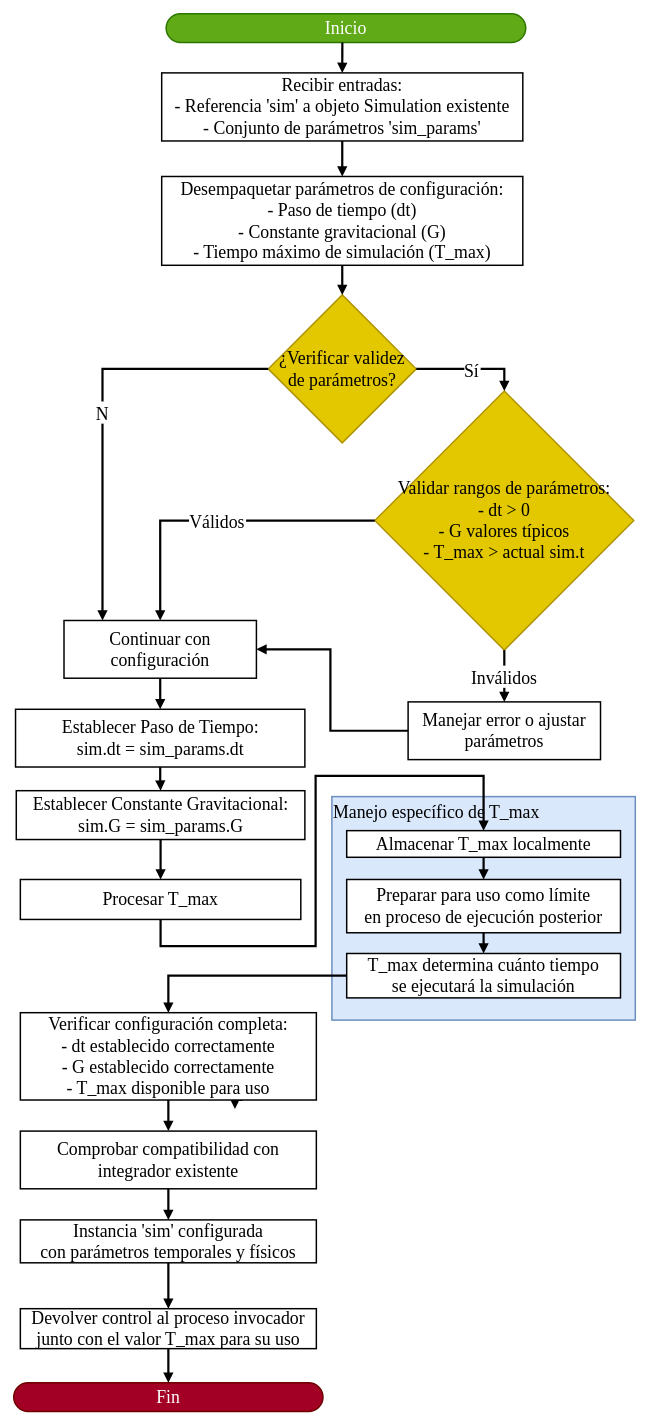
CARBAJE/Presentacion keeps this draw.io diagram as page "Proceso06" (6 of 16) of img/Analisis/DiagramaProcesos/DiagramaProceso01_Captura Parámetros.drawio. Above is the earlier version. Source tidied: cells renumbered, new cells numbered last; positions are measured from the earlier drawing's top-left corner, leaving out a move shared by most shapes. Both pictures are drawn from the tidied source at 74%, with x=0, y=0 at pixel (13, 13).
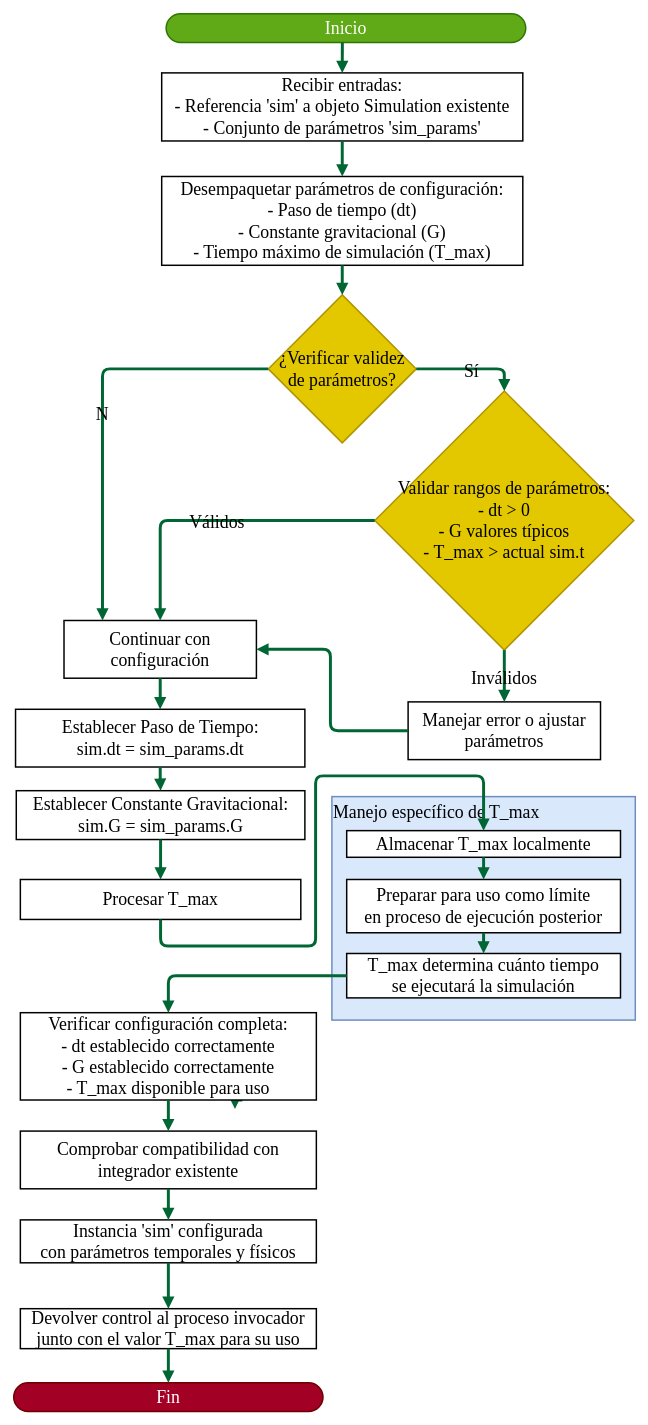
Above is the later version.

Unchanged cells that the change refers to:
```xml
<mxCell id="3" value="Preparar para uso como límite&#10;        en proceso de ejecución posterior" style="whiteSpace=wrap;strokeWidth=2;fontSize=24;fontFamily=Times New Roman;" parent="1" vertex="1">
  <mxGeometry x="450" y="1170" width="370" height="72" as="geometry" />
</mxCell>
<mxCell id="4" value="Almacenar T_max localmente" style="whiteSpace=wrap;strokeWidth=2;fontSize=24;fontFamily=Times New Roman;" parent="1" vertex="1">
  <mxGeometry x="450" y="1104" width="370" height="36" as="geometry" />
</mxCell>
<mxCell id="5" value="T_max determina cuánto tiempo&#10;        se ejecutará la simulación" style="whiteSpace=wrap;strokeWidth=2;fontSize=24;fontFamily=Times New Roman;" parent="1" vertex="1">
  <mxGeometry x="450" y="1270" width="370" height="60" as="geometry" />
</mxCell>
<mxCell id="6" value="Inicio" style="rounded=1;whiteSpace=wrap;arcSize=50;strokeWidth=2;fontSize=24;fontFamily=Times New Roman;fillColor=#60a917;strokeColor=#2D7600;fontColor=#ffffff;" parent="1" vertex="1">
  <mxGeometry x="206" width="486" height="39" as="geometry" />
</mxCell>
<mxCell id="7" value="Recibir entradas:&#10;    - Referencia 'sim' a objeto Simulation existente&#10;    - Conjunto de parámetros 'sim_params'" style="whiteSpace=wrap;strokeWidth=2;fontSize=24;fontFamily=Times New Roman;" parent="1" vertex="1">
  <mxGeometry x="200" y="80" width="488" height="92" as="geometry" />
</mxCell>
<mxCell id="8" value="Desempaquetar parámetros de configuración:&#10;    - Paso de tiempo (dt)&#10;    - Constante gravitacional (G)&#10;    - Tiempo máximo de simulación (T_max)" style="whiteSpace=wrap;strokeWidth=2;fontSize=24;fontFamily=Times New Roman;" parent="1" vertex="1">
  <mxGeometry x="200" y="220" width="488" height="120" as="geometry" />
</mxCell>
<mxCell id="9" value="¿Verificar validez &#10;    de parámetros?" style="rhombus;strokeWidth=2;whiteSpace=wrap;fontSize=24;fontFamily=Times New Roman;fillColor=#e3c800;fontColor=#000000;strokeColor=#B09500;" parent="1" vertex="1">
  <mxGeometry x="344" y="380" width="200" height="200" as="geometry" />
</mxCell>
<mxCell id="10" value="Continuar con configuración" style="whiteSpace=wrap;strokeWidth=2;fontSize=24;fontFamily=Times New Roman;" parent="1" vertex="1">
  <mxGeometry x="68" y="820" width="260" height="78" as="geometry" />
</mxCell>
<mxCell id="11" value="Validar rangos de parámetros:&#10;    - dt &gt; 0&#10;    - G valores típicos&#10;    - T_max &gt; actual sim.t" style="rhombus;strokeWidth=2;whiteSpace=wrap;fontSize=24;fontFamily=Times New Roman;fillColor=#e3c800;fontColor=#000000;strokeColor=#B09500;" parent="1" vertex="1">
  <mxGeometry x="488" y="510" width="350" height="350" as="geometry" />
</mxCell>
<mxCell id="12" value="Manejar error o ajustar parámetros" style="whiteSpace=wrap;strokeWidth=2;fontSize=24;fontFamily=Times New Roman;" parent="1" vertex="1">
  <mxGeometry x="533" y="930" width="260" height="78" as="geometry" />
</mxCell>
<mxCell id="13" value="Establecer Paso de Tiempo:&#10;    sim.dt = sim_params.dt" style="whiteSpace=wrap;strokeWidth=2;fontSize=24;fontFamily=Times New Roman;" parent="1" vertex="1">
  <mxGeometry x="2.5" y="940" width="391" height="78" as="geometry" />
</mxCell>
<mxCell id="14" value="Establecer Constante Gravitacional:&#10;    sim.G = sim_params.G" style="whiteSpace=wrap;strokeWidth=2;fontSize=24;fontFamily=Times New Roman;" parent="1" vertex="1">
  <mxGeometry x="3.5" y="1050" width="390" height="66" as="geometry" />
</mxCell>
<mxCell id="15" value="Procesar T_max" style="whiteSpace=wrap;strokeWidth=2;fontSize=24;fontFamily=Times New Roman;" parent="1" vertex="1">
  <mxGeometry x="9" y="1170" width="379" height="54" as="geometry" />
</mxCell>
<mxCell id="17" value="Verificar configuración completa:&#10;    - dt establecido correctamente&#10;    - G establecido correctamente&#10;    - T_max disponible para uso" style="whiteSpace=wrap;strokeWidth=2;fontSize=24;fontFamily=Times New Roman;" parent="1" vertex="1">
  <mxGeometry x="9" y="1350" width="400" height="118" as="geometry" />
</mxCell>
<mxCell id="18" value="Comprobar compatibilidad con integrador existente" style="whiteSpace=wrap;strokeWidth=2;fontSize=24;fontFamily=Times New Roman;" parent="1" vertex="1">
  <mxGeometry x="9" y="1510" width="400" height="78" as="geometry" />
</mxCell>
<mxCell id="19" value="Instancia 'sim' configurada&#10;    con parámetros temporales y físicos" style="whiteSpace=wrap;strokeWidth=2;fontSize=24;fontFamily=Times New Roman;" parent="1" vertex="1">
  <mxGeometry x="9" y="1630" width="400" height="58" as="geometry" />
</mxCell>
<mxCell id="20" value="Devolver control al proceso invocador junto con el valor T_max para su uso" style="whiteSpace=wrap;strokeWidth=2;fontSize=24;fontFamily=Times New Roman;" parent="1" vertex="1">
  <mxGeometry x="9" y="1750" width="400" height="54" as="geometry" />
</mxCell>
<mxCell id="21" value="Fin" style="rounded=1;whiteSpace=wrap;arcSize=50;strokeWidth=2;fontSize=24;fontFamily=Times New Roman;fillColor=#a20025;fontColor=#ffffff;strokeColor=#6F0000;" parent="1" vertex="1">
  <mxGeometry y="1850" width="418" height="39" as="geometry" />
</mxCell>
```

What changed in the source:
```diff
@@
-<mxGraphModel>
+<mxGraphModel background="light-dark(#ffffff, #ededed)">
@@
-    <mxCell id="16" style="edgeStyle=orthogonalEdgeStyle;rounded=0;jettySize=auto;html=1;exitX=0.75;exitY=1;exitDx=0;exitDy=0;strokeWidth=3;" parent="1" edge="1" source="17">
+    <mxCell id="16" style="edgeStyle=orthogonalEdgeStyle;rounded=1;jettySize=auto;html=1;exitX=0.75;exitY=1;exitDx=0;exitDy=0;strokeWidth=4;curved=0;strokeColor=#006633;flowAnimation=1;labelBackgroundColor=none;" parent="1" edge="1" source="17">
       <mxGeometry relative="1" as="geometry">
         <mxPoint x="299" y="1480" as="targetPoint" />
       </mxGeometry>
     </mxCell>
@@
-    <mxCell id="22" style="curved=1;startArrow=none;endArrow=block;exitX=0.49;exitY=1;entryX=0.5;entryY=0;rounded=0;fontSize=24;fontFamily=Times New Roman;strokeWidth=3;" parent="1" edge="1" source="6" target="7">
+    <mxCell id="22" style="curved=0;startArrow=none;endArrow=block;exitX=0.49;exitY=1;entryX=0.5;entryY=0;rounded=1;fontSize=24;fontFamily=Times New Roman;strokeWidth=4;strokeColor=#006633;flowAnimation=1;labelBackgroundColor=none;" parent="1" edge="1" source="6" target="7">
       <mxGeometry relative="1" as="geometry" />
     </mxCell>
-    <mxCell id="23" style="curved=1;startArrow=none;endArrow=block;exitX=0.5;exitY=1;entryX=0.5;entryY=0;rounded=0;fontSize=24;fontFamily=Times New Roman;strokeWidth=3;" parent="1" edge="1" source="7" target="8">
+    <mxCell id="23" style="curved=0;startArrow=none;endArrow=block;exitX=0.5;exitY=1;entryX=0.5;entryY=0;rounded=1;fontSize=24;fontFamily=Times New Roman;strokeWidth=4;strokeColor=#006633;flowAnimation=1;labelBackgroundColor=none;" parent="1" edge="1" source="7" target="8">
       <mxGeometry relative="1" as="geometry" />
     </mxCell>
-    <mxCell id="24" style="curved=1;startArrow=none;endArrow=block;exitX=0.5;exitY=1;entryX=0.5;entryY=0;rounded=0;fontSize=24;fontFamily=Times New Roman;strokeWidth=3;" parent="1" edge="1" source="8" target="9">
+    <mxCell id="24" style="curved=0;startArrow=none;endArrow=block;exitX=0.5;exitY=1;entryX=0.5;entryY=0;rounded=1;fontSize=24;fontFamily=Times New Roman;strokeWidth=4;strokeColor=#006633;flowAnimation=1;labelBackgroundColor=none;" parent="1" edge="1" source="8" target="9">
       <mxGeometry relative="1" as="geometry" />
     </mxCell>
-    <mxCell id="25" value="N" style="startArrow=none;endArrow=block;exitX=0;exitY=0.5;entryX=0.2;entryY=0;rounded=0;fontSize=24;fontFamily=Times New Roman;edgeStyle=orthogonalEdgeStyle;strokeWidth=3;exitDx=0;exitDy=0;" parent="1" edge="1" source="9" target="10">
+    <mxCell id="25" value="N" style="startArrow=none;endArrow=block;exitX=0;exitY=0.5;entryX=0.2;entryY=0;rounded=1;fontSize=24;fontFamily=Times New Roman;edgeStyle=orthogonalEdgeStyle;strokeWidth=4;exitDx=0;exitDy=0;curved=0;strokeColor=#006633;flowAnimation=1;labelBackgroundColor=none;" parent="1" edge="1" source="9" target="10">
       <mxGeometry relative="1" as="geometry">
         <Array as="points">
           <mxPoint x="120" y="480" />
         </Array>
       </mxGeometry>
     </mxCell>
-    <mxCell id="26" value="Sí" style="startArrow=none;endArrow=block;exitX=1;exitY=0.5;entryX=0.5;entryY=0;rounded=0;fontSize=24;fontFamily=Times New Roman;edgeStyle=orthogonalEdgeStyle;strokeWidth=3;exitDx=0;exitDy=0;" parent="1" edge="1" source="9" target="11">
+    <mxCell id="26" value="Sí" style="startArrow=none;endArrow=block;exitX=1;exitY=0.5;entryX=0.5;entryY=0;rounded=1;fontSize=24;fontFamily=Times New Roman;edgeStyle=orthogonalEdgeStyle;strokeWidth=4;exitDx=0;exitDy=0;curved=0;strokeColor=#006633;flowAnimation=1;labelBackgroundColor=none;" parent="1" edge="1" source="9" target="11">
       <mxGeometry relative="1" as="geometry">
         <Array as="points">
           <mxPoint x="663" y="480" />
         </Array>
       </mxGeometry>
     </mxCell>
-    <mxCell id="27" value="Válidos" style="startArrow=none;endArrow=block;exitX=0;exitY=0.5;entryX=0.5;entryY=0;rounded=0;fontSize=24;fontFamily=Times New Roman;edgeStyle=orthogonalEdgeStyle;strokeWidth=3;exitDx=0;exitDy=0;" parent="1" edge="1" source="11" target="10">
+    <mxCell id="27" value="Válidos" style="startArrow=none;endArrow=block;exitX=0;exitY=0.5;entryX=0.5;entryY=0;rounded=1;fontSize=24;fontFamily=Times New Roman;edgeStyle=orthogonalEdgeStyle;strokeWidth=4;exitDx=0;exitDy=0;curved=0;strokeColor=#006633;flowAnimation=1;labelBackgroundColor=none;" parent="1" edge="1" source="11" target="10">
       <mxGeometry relative="1" as="geometry" />
     </mxCell>
-    <mxCell id="28" value="Inválidos" style="startArrow=none;endArrow=block;exitX=0.5;exitY=1;entryX=0.5;entryY=0;rounded=0;fontSize=24;fontFamily=Times New Roman;edgeStyle=orthogonalEdgeStyle;strokeWidth=3;exitDx=0;exitDy=0;" parent="1" edge="1" source="11" target="12">
+    <mxCell id="28" value="Inválidos" style="startArrow=none;endArrow=block;exitX=0.5;exitY=1;entryX=0.5;entryY=0;rounded=1;fontSize=24;fontFamily=Times New Roman;edgeStyle=orthogonalEdgeStyle;strokeWidth=4;exitDx=0;exitDy=0;curved=0;strokeColor=#006633;flowAnimation=1;labelBackgroundColor=none;" parent="1" edge="1" source="11" target="12">
       <mxGeometry relative="1" as="geometry" />
     </mxCell>
-    <mxCell id="29" style="startArrow=none;endArrow=block;exitX=0;exitY=0.5;entryX=1;entryY=0.5;rounded=0;fontSize=24;fontFamily=Times New Roman;strokeWidth=3;edgeStyle=orthogonalEdgeStyle;entryDx=0;entryDy=0;exitDx=0;exitDy=0;" parent="1" edge="1" source="12" target="10">
+    <mxCell id="29" style="startArrow=none;endArrow=block;exitX=0;exitY=0.5;entryX=1;entryY=0.5;rounded=1;fontSize=24;fontFamily=Times New Roman;strokeWidth=4;edgeStyle=orthogonalEdgeStyle;entryDx=0;entryDy=0;exitDx=0;exitDy=0;curved=0;strokeColor=#006633;flowAnimation=1;labelBackgroundColor=none;" parent="1" edge="1" source="12" target="10">
       <mxGeometry relative="1" as="geometry">
         <Array as="points">
           <mxPoint x="428" y="969" />
           <mxPoint x="428" y="859" />
         </Array>
       </mxGeometry>
     </mxCell>
-    <mxCell id="30" style="startArrow=none;endArrow=block;exitX=0.5;exitY=1;entryX=0.5;entryY=0;rounded=0;fontSize=24;fontFamily=Times New Roman;edgeStyle=orthogonalEdgeStyle;strokeWidth=3;" parent="1" edge="1" source="10" target="13">
+    <mxCell id="30" style="startArrow=none;endArrow=block;exitX=0.5;exitY=1;entryX=0.5;entryY=0;rounded=1;fontSize=24;fontFamily=Times New Roman;edgeStyle=orthogonalEdgeStyle;strokeWidth=4;curved=0;strokeColor=#006633;flowAnimation=1;labelBackgroundColor=none;" parent="1" edge="1" source="10" target="13">
       <mxGeometry relative="1" as="geometry" />
     </mxCell>
-    <mxCell id="31" style="startArrow=none;endArrow=block;exitX=0.5;exitY=1;entryX=0.5;entryY=0;rounded=0;fontSize=24;fontFamily=Times New Roman;edgeStyle=orthogonalEdgeStyle;strokeWidth=3;entryDx=0;entryDy=0;" parent="1" edge="1" source="13" target="14">
+    <mxCell id="31" style="startArrow=none;endArrow=block;exitX=0.5;exitY=1;entryX=0.5;entryY=0;rounded=1;fontSize=24;fontFamily=Times New Roman;edgeStyle=orthogonalEdgeStyle;strokeWidth=4;entryDx=0;entryDy=0;curved=0;strokeColor=#006633;flowAnimation=1;labelBackgroundColor=none;" parent="1" edge="1" source="13" target="14">
       <mxGeometry relative="1" as="geometry" />
     </mxCell>
-    <mxCell id="32" style="startArrow=none;endArrow=block;exitX=0.5;exitY=1;entryX=0.5;entryY=0;rounded=0;fontSize=24;fontFamily=Times New Roman;edgeStyle=orthogonalEdgeStyle;strokeWidth=3;entryDx=0;entryDy=0;" parent="1" edge="1" source="14" target="15">
+    <mxCell id="32" style="startArrow=none;endArrow=block;exitX=0.5;exitY=1;entryX=0.5;entryY=0;rounded=1;fontSize=24;fontFamily=Times New Roman;edgeStyle=orthogonalEdgeStyle;strokeWidth=4;entryDx=0;entryDy=0;curved=0;strokeColor=#006633;flowAnimation=1;labelBackgroundColor=none;" parent="1" edge="1" source="14" target="15">
       <mxGeometry relative="1" as="geometry" />
     </mxCell>
-    <mxCell id="33" style="startArrow=none;endArrow=block;exitX=0.5;exitY=1;entryX=0.5;entryY=0;rounded=0;fontSize=24;fontFamily=Times New Roman;edgeStyle=orthogonalEdgeStyle;strokeWidth=3;" parent="1" edge="1" source="4" target="3">
+    <mxCell id="33" style="startArrow=none;endArrow=block;exitX=0.5;exitY=1;entryX=0.5;entryY=0;rounded=1;fontSize=24;fontFamily=Times New Roman;edgeStyle=orthogonalEdgeStyle;strokeWidth=4;curved=0;strokeColor=#006633;flowAnimation=1;labelBackgroundColor=none;" parent="1" edge="1" source="4" target="3">
       <mxGeometry relative="1" as="geometry" />
     </mxCell>
-    <mxCell id="34" style="startArrow=none;endArrow=block;exitX=0.5;exitY=1;entryX=0.5;entryY=0;rounded=0;fontSize=24;fontFamily=Times New Roman;edgeStyle=orthogonalEdgeStyle;strokeWidth=3;entryDx=0;entryDy=0;" parent="1" edge="1" source="3" target="5">
+    <mxCell id="34" style="startArrow=none;endArrow=block;exitX=0.5;exitY=1;entryX=0.5;entryY=0;rounded=1;fontSize=24;fontFamily=Times New Roman;edgeStyle=orthogonalEdgeStyle;strokeWidth=4;entryDx=0;entryDy=0;curved=0;strokeColor=#006633;flowAnimation=1;labelBackgroundColor=none;" parent="1" edge="1" source="3" target="5">
       <mxGeometry relative="1" as="geometry" />
     </mxCell>
-    <mxCell id="35" style="startArrow=none;endArrow=block;exitX=0.5;exitY=1;entryX=0.5;entryY=0;rounded=0;fontSize=24;fontFamily=Times New Roman;edgeStyle=orthogonalEdgeStyle;strokeWidth=3;" parent="1" edge="1" source="15" target="4">
+    <mxCell id="35" style="startArrow=none;endArrow=block;exitX=0.5;exitY=1;entryX=0.5;entryY=0;rounded=1;fontSize=24;fontFamily=Times New Roman;edgeStyle=orthogonalEdgeStyle;strokeWidth=4;curved=0;strokeColor=#006633;flowAnimation=1;labelBackgroundColor=none;" parent="1" edge="1" source="15" target="4">
       <mxGeometry relative="1" as="geometry">
         <Array as="points">
           <mxPoint x="199" y="1260" />
           <mxPoint x="408" y="1260" />
           <mxPoint x="408" y="1030" />
           <mxPoint x="635" y="1030" />
         </Array>
       </mxGeometry>
     </mxCell>
-    <mxCell id="36" style="startArrow=none;endArrow=block;exitX=0;exitY=0.5;entryX=0.5;entryY=0;rounded=0;fontSize=24;fontFamily=Times New Roman;edgeStyle=orthogonalEdgeStyle;strokeWidth=3;exitDx=0;exitDy=0;" parent="1" edge="1" source="5" target="17">
+    <mxCell id="36" style="startArrow=none;endArrow=block;exitX=0;exitY=0.5;entryX=0.5;entryY=0;rounded=1;fontSize=24;fontFamily=Times New Roman;edgeStyle=orthogonalEdgeStyle;strokeWidth=4;exitDx=0;exitDy=0;curved=0;strokeColor=#006633;flowAnimation=1;labelBackgroundColor=none;" parent="1" edge="1" source="5" target="17">
       <mxGeometry relative="1" as="geometry" />
     </mxCell>
-    <mxCell id="37" style="startArrow=none;endArrow=block;exitX=0.5;exitY=1;entryX=0.5;entryY=0;rounded=0;fontSize=24;fontFamily=Times New Roman;edgeStyle=orthogonalEdgeStyle;strokeWidth=3;" parent="1" edge="1" source="17" target="18">
+    <mxCell id="37" style="startArrow=none;endArrow=block;exitX=0.5;exitY=1;entryX=0.5;entryY=0;rounded=1;fontSize=24;fontFamily=Times New Roman;edgeStyle=orthogonalEdgeStyle;strokeWidth=4;curved=0;strokeColor=#006633;flowAnimation=1;labelBackgroundColor=none;" parent="1" edge="1" source="17" target="18">
       <mxGeometry relative="1" as="geometry" />
     </mxCell>
-    <mxCell id="38" style="startArrow=none;endArrow=block;exitX=0.5;exitY=1;entryX=0.5;entryY=0;rounded=0;fontSize=24;fontFamily=Times New Roman;edgeStyle=orthogonalEdgeStyle;strokeWidth=3;" parent="1" edge="1" source="18" target="19">
+    <mxCell id="38" style="startArrow=none;endArrow=block;exitX=0.5;exitY=1;entryX=0.5;entryY=0;rounded=1;fontSize=24;fontFamily=Times New Roman;edgeStyle=orthogonalEdgeStyle;strokeWidth=4;curved=0;strokeColor=#006633;flowAnimation=1;labelBackgroundColor=none;" parent="1" edge="1" source="18" target="19">
       <mxGeometry relative="1" as="geometry" />
     </mxCell>
-    <mxCell id="39" style="startArrow=none;endArrow=block;exitX=0.5;exitY=1;entryX=0.5;entryY=0;rounded=0;fontSize=24;fontFamily=Times New Roman;edgeStyle=orthogonalEdgeStyle;strokeWidth=3;" parent="1" edge="1" source="19" target="20">
+    <mxCell id="39" style="startArrow=none;endArrow=block;exitX=0.5;exitY=1;entryX=0.5;entryY=0;rounded=1;fontSize=24;fontFamily=Times New Roman;edgeStyle=orthogonalEdgeStyle;strokeWidth=4;curved=0;strokeColor=#006633;flowAnimation=1;labelBackgroundColor=none;" parent="1" edge="1" source="19" target="20">
       <mxGeometry relative="1" as="geometry" />
     </mxCell>
-    <mxCell id="40" style="startArrow=none;endArrow=block;exitX=0.5;exitY=1;entryX=0.5;entryY=0;rounded=0;fontSize=24;fontFamily=Times New Roman;edgeStyle=orthogonalEdgeStyle;strokeWidth=3;" parent="1" edge="1" source="20" target="21">
+    <mxCell id="40" style="startArrow=none;endArrow=block;exitX=0.5;exitY=1;entryX=0.5;entryY=0;rounded=1;fontSize=24;fontFamily=Times New Roman;edgeStyle=orthogonalEdgeStyle;strokeWidth=4;curved=0;strokeColor=#006633;flowAnimation=1;labelBackgroundColor=none;" parent="1" edge="1" source="20" target="21">
       <mxGeometry relative="1" as="geometry" />
     </mxCell>
```
